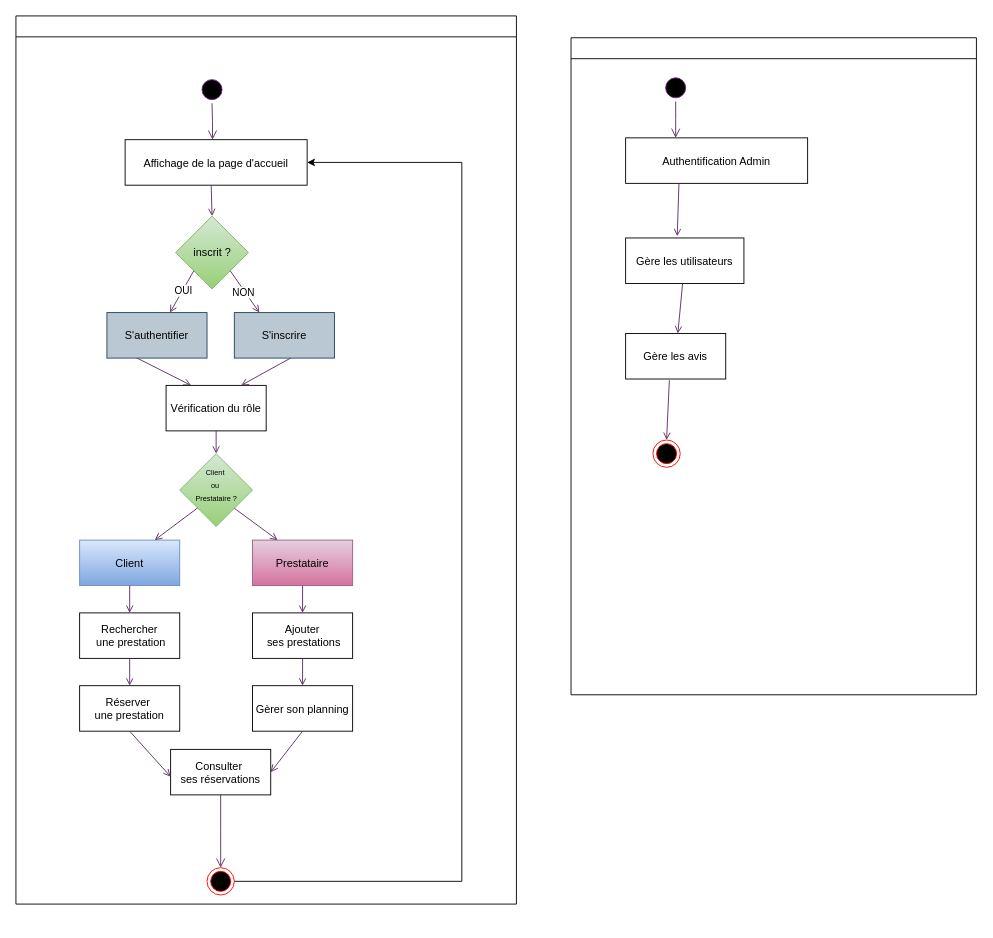
The draw.io diagram ActivityBB.drawio in Steony/BeautyBookerApp, before the edit. Source tidied: cells renumbered, new cells numbered last; positions are measured from the earlier drawing's top-left corner, leaving out a move shared by most shapes. Both pictures are drawn from the tidied source at 91%, with x=0, y=0 at pixel (15, 15).
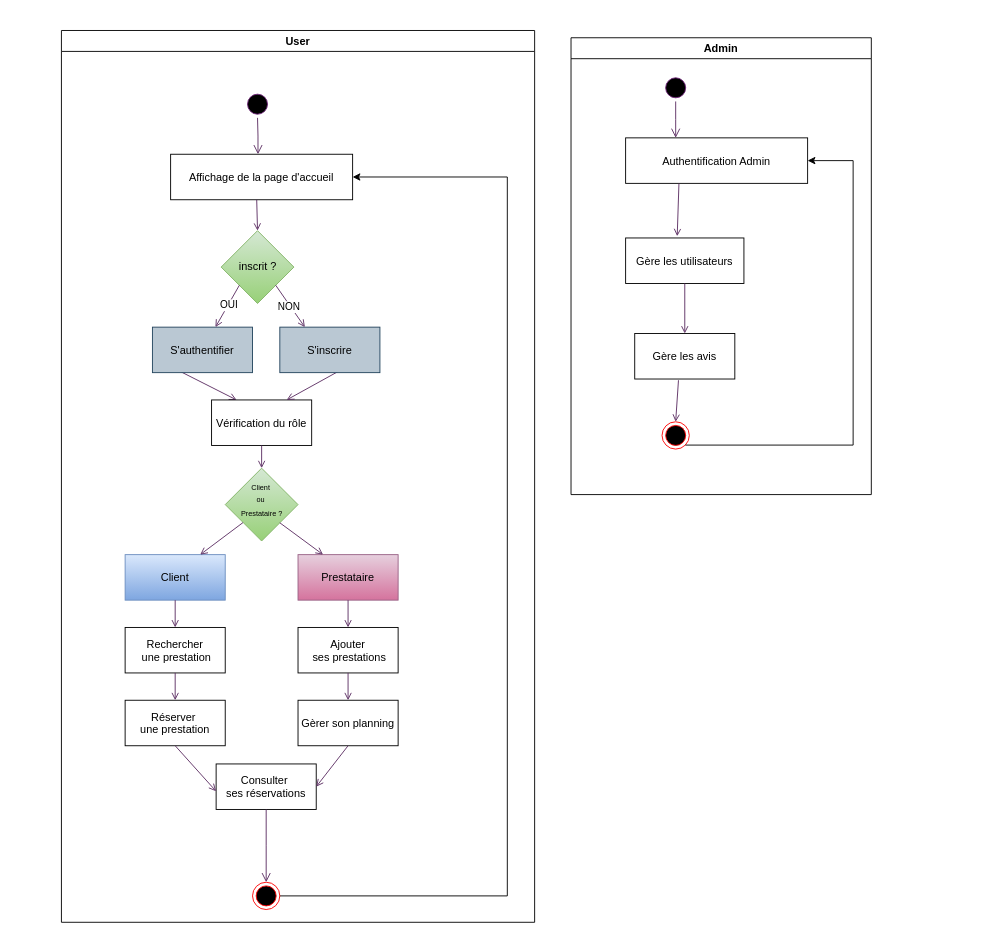
Above is the later version.

Commit message:
Mettre à jour ActivityBB.drawio

Unchanged cells that the change refers to:
```xml
<mxCell id="41" value="Authentification Admin" parent="38" vertex="1">
  <mxGeometry x="60" y="110" width="200" height="50" as="geometry" />
</mxCell>
```

Diff of the diagram source:
```diff
@@
-    <mxCell id="2" style="swimlane;whiteSpace=wrap;startSize=23;" parent="1" vertex="1">
-      <mxGeometry width="550" height="976" as="geometry" />
+    <mxCell id="2" value="User" style="swimlane;whiteSpace=wrap;startSize=23;" parent="1" vertex="1">
+      <mxGeometry x="50" y="16" width="520" height="980" as="geometry" />
     </mxCell>
@@
-    <mxCell id="38" style="swimlane;whiteSpace=wrap;" parent="1" vertex="1">
-      <mxGeometry x="610" y="24" width="445.5" height="722" as="geometry" />
+    <mxCell id="38" value="Admin" style="swimlane;whiteSpace=wrap;" parent="1" vertex="1">
+      <mxGeometry x="610" y="24" width="330" height="502" as="geometry" />
     </mxCell>
@@
     <mxCell id="44" value="Gère les avis" parent="38" vertex="1">
-      <mxGeometry x="60" y="325" width="110" height="50" as="geometry" />
+      <mxGeometry x="70" y="325" width="110" height="50" as="geometry" />
     </mxCell>
@@
     <mxCell id="46" style="ellipse;html=1;shape=endState;fillColor=#000000;strokeColor=#ff0000;" parent="38" vertex="1">
-      <mxGeometry x="90" y="442" width="30" height="30" as="geometry" />
+      <mxGeometry x="100" y="422" width="30" height="30" as="geometry" />
     </mxCell>
@@
+    <mxCell id="48" style="edgeStyle=elbowEdgeStyle;rounded=0;jettySize=auto;html=1;exitX=1;exitY=1;exitDx=0;exitDy=0;elbow=vertical;entryX=1;entryY=0.5;entryDx=0;entryDy=0;" parent="38" edge="1" source="46" target="41">
+      <mxGeometry relative="1" as="geometry">
+        <Array as="points">
+          <mxPoint x="310" y="302" />
+        </Array>
+      </mxGeometry>
+    </mxCell>
```
